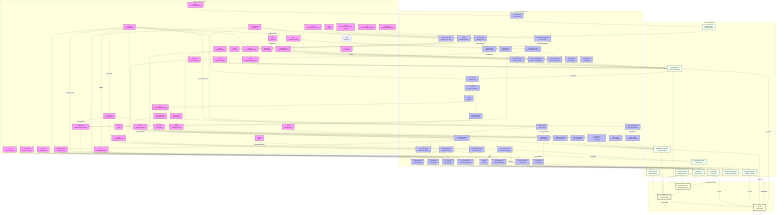
Above: docs/figures/scoliosis_mechanism_map.png in sayuj1989-ops/life (Mermaid), before the change. Its source is kept beside it as docs/figures/scoliosis_mechanism_map.mmd.
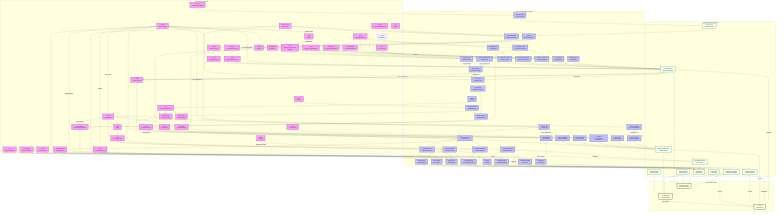
The same diagram one commit later.

Commit message:
weekly-map: add Caveolin Gain Control arc (#1420)

Diff of the diagram source:
```diff
@@ -37,6 +37,7 @@
         PPARGC1A[PPARGC1A<br/>Mitochondrial Biogenesis]
         KCNQ[KCNQ<br/>Potassium Channel]
         GPX4[GPX4<br/>Antioxidant Defense]
+        CAV1[CAV1<br/>Caveolin-1]
     end
 
     subgraph Processes [Cellular & Developmental Processes]
@@ -78,6 +79,7 @@
         Actin_Dynamics[Actin Cytoskeleton<br/>Strain Rearrangement]
         VEGF_A[VEGF-A/PGE2<br/>Secretory Response]
         Ferroptosis[Ferroptosis<br/>Iron Overload]
+        Membrane_Tension[Membrane Tension<br/>Buffering Reserve]
     end
 
     subgraph Tissue [Tissue Mechanics & Properties]
@@ -273,7 +275,11 @@
     Muscle_Tone -- "Micro-Tremor Dither" --> PIEZO1
     Muscle_Tone -- "Micro-Tremor Dither" --> PIEZO2
 
-    class HOX,COL,PIEZO1,PIEZO2,CILIA,LBX1,ADGRG6,PTK7,YAP,PKD2L1,MMP,URP,UTS2R,GFAP,VIM,LAMIN,BMAL1,RUNX3,METTL3,ESR1,MELATONIN,MT2,HIF1A,POC5,DSTYK,TFEB,Beta_Catenin,DPY19L1L,IGF1R,GHR,SOST,FBN1,CCN,PPARGC1A,KCNQ,GPX4 gene;
-    class Region,ECM_Assembly,Mech_Trans,Sym_Break,Neur_Diff,Muscle_Diff,Disc_Maint,PCP_Sig,Nucl_Shuttle,CSF_Sensing,Degradation,Astrogliosis,mtROS,Adipogenesis,Hydraulic_Congestion,Immune_Infilt,Circadian_Entrain,Proprio_Maint,H3K9me3,VCL_Stasis,Glymphatic_Stasis,Vestibular_Input,Gi_cAMP,Ciliary_Tuning,Hypoxia,Osteogenesis,Ciliary_Splint,Vacuole_Biogenesis,C_Mannosylation,Rapid_Growth,Energy_Deficit,mtBiogenesis,Fibrosis,TGFB,Osteocyte_Dendrite,Actin_Dynamics,VEGF_A,Ferroptosis process;
+
+    CAV1 --> Membrane_Tension
+    Membrane_Tension --> YAP
+
+    class HOX,COL,PIEZO1,PIEZO2,CILIA,LBX1,ADGRG6,PTK7,YAP,PKD2L1,MMP,URP,UTS2R,GFAP,VIM,LAMIN,BMAL1,RUNX3,METTL3,ESR1,MELATONIN,MT2,HIF1A,POC5,DSTYK,TFEB,Beta_Catenin,DPY19L1L,IGF1R,GHR,SOST,FBN1,CCN,PPARGC1A,KCNQ,GPX4,CAV1 gene;
+    class Region,ECM_Assembly,Mech_Trans,Sym_Break,Neur_Diff,Muscle_Diff,Disc_Maint,PCP_Sig,Nucl_Shuttle,CSF_Sensing,Degradation,Astrogliosis,mtROS,Adipogenesis,Hydraulic_Congestion,Immune_Infilt,Circadian_Entrain,Proprio_Maint,H3K9me3,VCL_Stasis,Glymphatic_Stasis,Vestibular_Input,Gi_cAMP,Ciliary_Tuning,Hypoxia,Osteogenesis,Ciliary_Splint,Vacuole_Biogenesis,C_Mannosylation,Rapid_Growth,Energy_Deficit,mtBiogenesis,Fibrosis,TGFB,Osteocyte_Dendrite,Actin_Dynamics,VEGF_A,Ferroptosis,Membrane_Tension process;
     class Rest_Kappa,Stiffness,Torsional_Stiffness,Gain,Torsion,Muscle_Tone,Anisotropy,TMD,Reissner_Fiber,Growth_Plate_Dysplasia tissue;
     class S_Curve,Stability,Scoliosis outcome;
```
